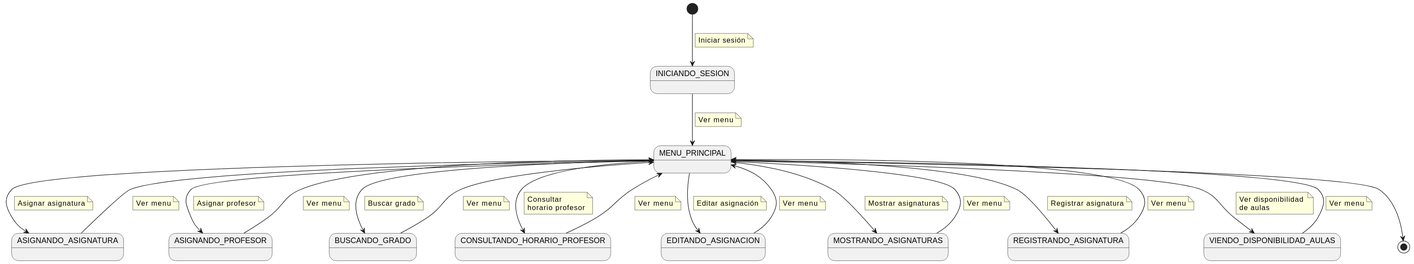
mmasias/24-25-IdSw1-SDR keeps this PlantUML diagram as casosDeUso/diagramaDeContexto/DiagramaDeContexto.svg. Above is the earlier version.
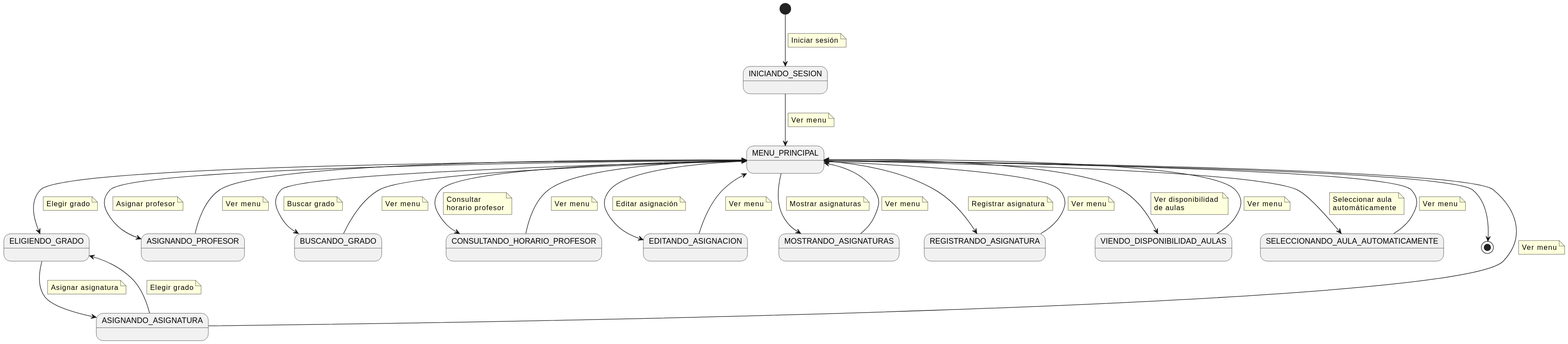
After the change.

Commit message:
Actualizar diagrama de contexto

Diff of the diagram source:
```diff
@@ -7,9 +7,17 @@
     note on link
         Ver menu
     end note
-MENU_PRINCIPAL --> ASIGNANDO_ASIGNATURA
+MENU_PRINCIPAL --> ELIGIENDO_GRADO
+    note on link
+        Elegir grado
+    end note
+ELIGIENDO_GRADO --> ASIGNANDO_ASIGNATURA
     note on link
         Asignar asignatura
+    end note
+ASIGNANDO_ASIGNATURA --> ELIGIENDO_GRADO
+    note on link
+        Elegir grado
     end note
 ASIGNANDO_ASIGNATURA --> MENU_PRINCIPAL
     note on link
@@ -83,6 +91,14 @@
     note on link
         Ver menu
     end note
-
+MENU_PRINCIPAL --> SELECCIONANDO_AULA_AUTOMATICAMENTE
+    note on link
+        Seleccionar aula
+        automáticamente
+    end note
+SELECCIONANDO_AULA_AUTOMATICAMENTE --> MENU_PRINCIPAL
+    note on link
+        Ver menu
+    end note
 MENU_PRINCIPAL --> [*]
 @enduml
```
